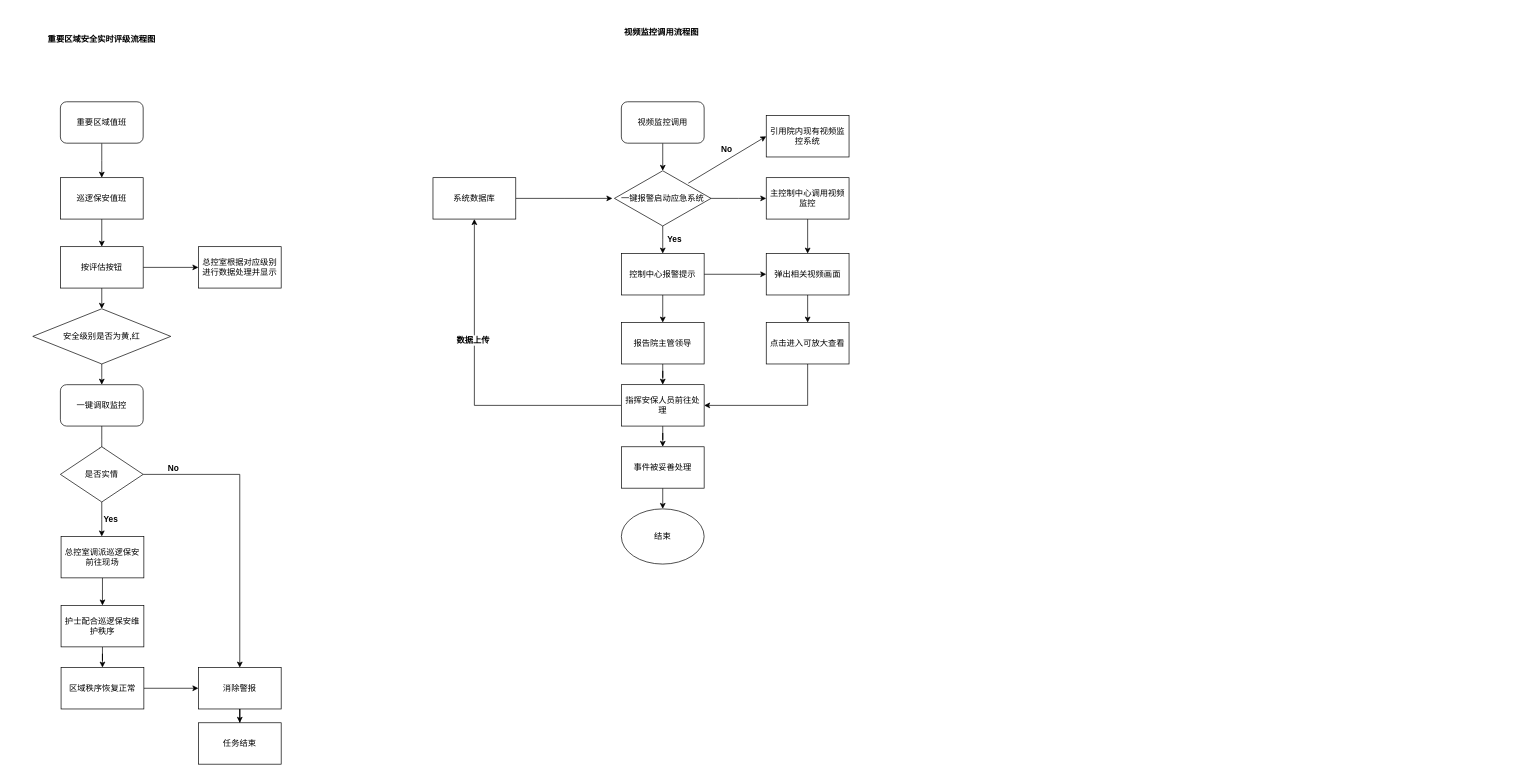
This is 001.drawio from keke0007/drawio, a draw.io file, before an edit. Source tidied: cells renumbered, new cells numbered last; positions are measured from the earlier drawing's top-left corner, leaving out a move shared by most shapes. Both pictures are drawn from the tidied source at 69%, with x=0, y=0 at pixel (12, 26).
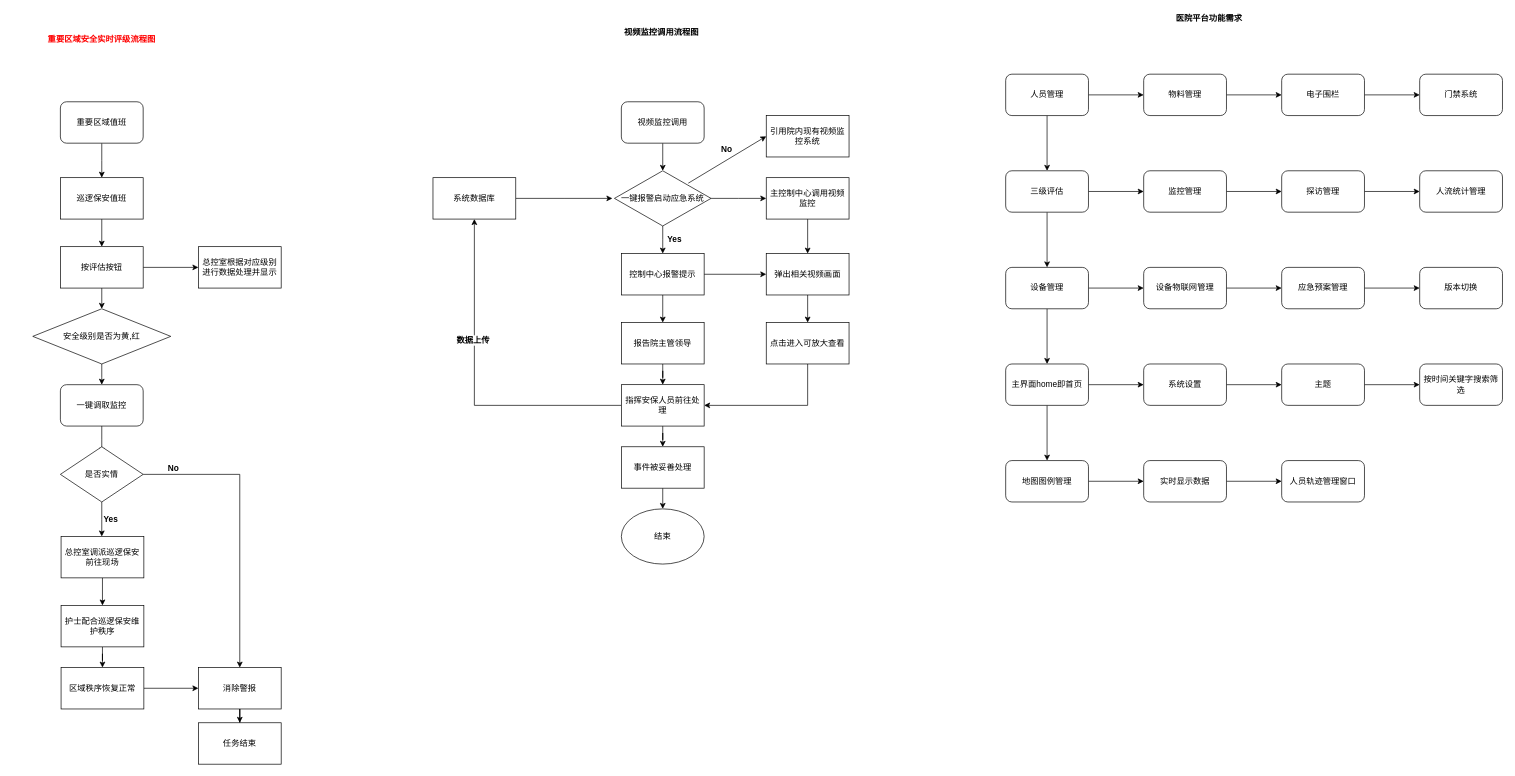
Above is the later version.

Change to the diagram source:
```diff
@@
-    <mxCell id="32" value="&lt;b&gt;重要区域安全实时评级流程图&lt;/b&gt;" style="text;html=1;strokeColor=none;fillColor=none;align=center;verticalAlign=middle;whiteSpace=wrap;rounded=0;" parent="1" vertex="1">
+    <mxCell id="32" value="&lt;b&gt;&lt;font color=&quot;#ff0000&quot;&gt;重要区域安全实时评级流程图&lt;/font&gt;&lt;/b&gt;" style="text;html=1;strokeColor=none;fillColor=none;align=center;verticalAlign=middle;whiteSpace=wrap;rounded=0;" parent="1" vertex="1">
       <mxGeometry y="10" width="260" height="20" as="geometry" />
     </mxCell>
@@
+    <mxCell id="59" style="edgeStyle=orthogonalEdgeStyle;rounded=0;jettySize=auto;html=1;" parent="1" edge="1" source="61" target="92">
+      <mxGeometry relative="1" as="geometry" />
+    </mxCell>
+    <mxCell id="60" style="edgeStyle=orthogonalEdgeStyle;rounded=0;jettySize=auto;html=1;" parent="1" edge="1" source="61" target="64">
+      <mxGeometry relative="1" as="geometry" />
+    </mxCell>
+    <mxCell id="61" value="人员管理" style="rounded=1;whiteSpace=wrap;html=1;" parent="1" vertex="1">
+      <mxGeometry x="1440" y="70" width="120" height="60" as="geometry" />
+    </mxCell>
+    <mxCell id="62" style="edgeStyle=orthogonalEdgeStyle;rounded=0;jettySize=auto;html=1;" parent="1" edge="1" source="64" target="87">
+      <mxGeometry relative="1" as="geometry" />
+    </mxCell>
+    <mxCell id="63" style="edgeStyle=orthogonalEdgeStyle;rounded=0;jettySize=auto;html=1;" parent="1" edge="1" source="64" target="67">
+      <mxGeometry relative="1" as="geometry" />
+    </mxCell>
+    <mxCell id="64" value="三级评估" style="rounded=1;whiteSpace=wrap;html=1;" parent="1" vertex="1">
+      <mxGeometry x="1440" y="210" width="120" height="60" as="geometry" />
+    </mxCell>
+    <mxCell id="65" style="edgeStyle=orthogonalEdgeStyle;rounded=0;jettySize=auto;html=1;" parent="1" edge="1" source="67" target="82">
+      <mxGeometry relative="1" as="geometry" />
+    </mxCell>
+    <mxCell id="66" style="edgeStyle=orthogonalEdgeStyle;rounded=0;jettySize=auto;html=1;" parent="1" edge="1" source="67" target="70">
+      <mxGeometry relative="1" as="geometry" />
+    </mxCell>
+    <mxCell id="67" value="设备管理" style="rounded=1;whiteSpace=wrap;html=1;" parent="1" vertex="1">
+      <mxGeometry x="1440" y="350" width="120" height="60" as="geometry" />
+    </mxCell>
+    <mxCell id="68" style="edgeStyle=orthogonalEdgeStyle;rounded=0;jettySize=auto;html=1;" parent="1" edge="1" source="70" target="77">
+      <mxGeometry relative="1" as="geometry" />
+    </mxCell>
+    <mxCell id="69" style="edgeStyle=orthogonalEdgeStyle;rounded=0;jettySize=auto;html=1;" parent="1" edge="1" source="70" target="72">
+      <mxGeometry relative="1" as="geometry" />
+    </mxCell>
+    <mxCell id="70" value="主界面home即首页" style="rounded=1;whiteSpace=wrap;html=1;" parent="1" vertex="1">
+      <mxGeometry x="1440" y="490" width="120" height="60" as="geometry" />
+    </mxCell>
+    <mxCell id="71" style="edgeStyle=orthogonalEdgeStyle;rounded=0;jettySize=auto;html=1;" parent="1" edge="1" source="72" target="74">
+      <mxGeometry relative="1" as="geometry" />
+    </mxCell>
+    <mxCell id="72" value="地图图例管理" style="rounded=1;whiteSpace=wrap;html=1;" parent="1" vertex="1">
+      <mxGeometry x="1440" y="630" width="120" height="60" as="geometry" />
+    </mxCell>
+    <mxCell id="73" style="edgeStyle=orthogonalEdgeStyle;rounded=0;jettySize=auto;html=1;" parent="1" edge="1" source="74" target="75">
+      <mxGeometry relative="1" as="geometry" />
+    </mxCell>
+    <mxCell id="74" value="实时显示数据" style="rounded=1;whiteSpace=wrap;html=1;" parent="1" vertex="1">
+      <mxGeometry x="1640" y="630" width="120" height="60" as="geometry" />
+    </mxCell>
+    <mxCell id="75" value="人员轨迹管理窗口" style="rounded=1;whiteSpace=wrap;html=1;" parent="1" vertex="1">
+      <mxGeometry x="1840" y="630" width="120" height="60" as="geometry" />
+    </mxCell>
+    <mxCell id="76" style="edgeStyle=orthogonalEdgeStyle;rounded=0;jettySize=auto;html=1;" parent="1" edge="1" source="77" target="79">
+      <mxGeometry relative="1" as="geometry" />
+    </mxCell>
+    <mxCell id="77" value="系统设置" style="rounded=1;whiteSpace=wrap;html=1;" parent="1" vertex="1">
+      <mxGeometry x="1640" y="490" width="120" height="60" as="geometry" />
+    </mxCell>
+    <mxCell id="78" style="edgeStyle=orthogonalEdgeStyle;rounded=0;jettySize=auto;html=1;" parent="1" edge="1" source="79" target="80">
+      <mxGeometry relative="1" as="geometry" />
+    </mxCell>
+    <mxCell id="79" value="主题" style="rounded=1;whiteSpace=wrap;html=1;" parent="1" vertex="1">
+      <mxGeometry x="1840" y="490" width="120" height="60" as="geometry" />
+    </mxCell>
+    <mxCell id="80" value="按时间关键字搜索筛选" style="rounded=1;whiteSpace=wrap;html=1;" parent="1" vertex="1">
+      <mxGeometry x="2040" y="490" width="120" height="60" as="geometry" />
+    </mxCell>
+    <mxCell id="81" style="edgeStyle=orthogonalEdgeStyle;rounded=0;jettySize=auto;html=1;" parent="1" edge="1" source="82" target="84">
+      <mxGeometry relative="1" as="geometry" />
+    </mxCell>
+    <mxCell id="82" value="设备物联网管理" style="rounded=1;whiteSpace=wrap;html=1;" parent="1" vertex="1">
+      <mxGeometry x="1640" y="350" width="120" height="60" as="geometry" />
+    </mxCell>
+    <mxCell id="83" style="edgeStyle=orthogonalEdgeStyle;rounded=0;jettySize=auto;html=1;" parent="1" edge="1" source="84" target="85">
+      <mxGeometry relative="1" as="geometry" />
+    </mxCell>
+    <mxCell id="84" value="应急预案管理" style="rounded=1;whiteSpace=wrap;html=1;" parent="1" vertex="1">
+      <mxGeometry x="1840" y="350" width="120" height="60" as="geometry" />
+    </mxCell>
+    <mxCell id="85" value="版本切换" style="rounded=1;whiteSpace=wrap;html=1;" parent="1" vertex="1">
+      <mxGeometry x="2040" y="350" width="120" height="60" as="geometry" />
+    </mxCell>
+    <mxCell id="86" style="edgeStyle=orthogonalEdgeStyle;rounded=0;jettySize=auto;html=1;" parent="1" edge="1" source="87" target="89">
+      <mxGeometry relative="1" as="geometry" />
+    </mxCell>
+    <mxCell id="87" value="监控管理" style="rounded=1;whiteSpace=wrap;html=1;" parent="1" vertex="1">
+      <mxGeometry x="1640" y="210" width="120" height="60" as="geometry" />
+    </mxCell>
+    <mxCell id="88" style="edgeStyle=orthogonalEdgeStyle;rounded=0;jettySize=auto;html=1;" parent="1" edge="1" source="89" target="90">
+      <mxGeometry relative="1" as="geometry" />
+    </mxCell>
+    <mxCell id="89" value="探访管理" style="rounded=1;whiteSpace=wrap;html=1;" parent="1" vertex="1">
+      <mxGeometry x="1840" y="210" width="120" height="60" as="geometry" />
+    </mxCell>
+    <mxCell id="90" value="人流统计管理" style="rounded=1;whiteSpace=wrap;html=1;" parent="1" vertex="1">
+      <mxGeometry x="2040" y="210" width="120" height="60" as="geometry" />
+    </mxCell>
+    <mxCell id="91" style="edgeStyle=orthogonalEdgeStyle;rounded=0;jettySize=auto;html=1;" parent="1" edge="1" source="92" target="94">
+      <mxGeometry relative="1" as="geometry" />
+    </mxCell>
+    <mxCell id="92" value="物料管理" style="rounded=1;whiteSpace=wrap;html=1;" parent="1" vertex="1">
+      <mxGeometry x="1640" y="70" width="120" height="60" as="geometry" />
+    </mxCell>
+    <mxCell id="93" style="edgeStyle=orthogonalEdgeStyle;rounded=0;jettySize=auto;html=1;" parent="1" edge="1" source="94" target="95">
+      <mxGeometry relative="1" as="geometry" />
+    </mxCell>
+    <mxCell id="94" value="电子围栏" style="rounded=1;whiteSpace=wrap;html=1;" parent="1" vertex="1">
+      <mxGeometry x="1840" y="70" width="120" height="60" as="geometry" />
+    </mxCell>
+    <mxCell id="95" value="门禁系统" style="rounded=1;whiteSpace=wrap;html=1;" parent="1" vertex="1">
+      <mxGeometry x="2040" y="70" width="120" height="60" as="geometry" />
+    </mxCell>
+    <mxCell id="96" value="&lt;b&gt;医院平台功能需求&lt;/b&gt;" style="text;html=1;strokeColor=none;fillColor=none;align=center;verticalAlign=middle;whiteSpace=wrap;rounded=0;" parent="1" vertex="1">
+      <mxGeometry x="1630" y="-20" width="210" height="20" as="geometry" />
+    </mxCell>
```
